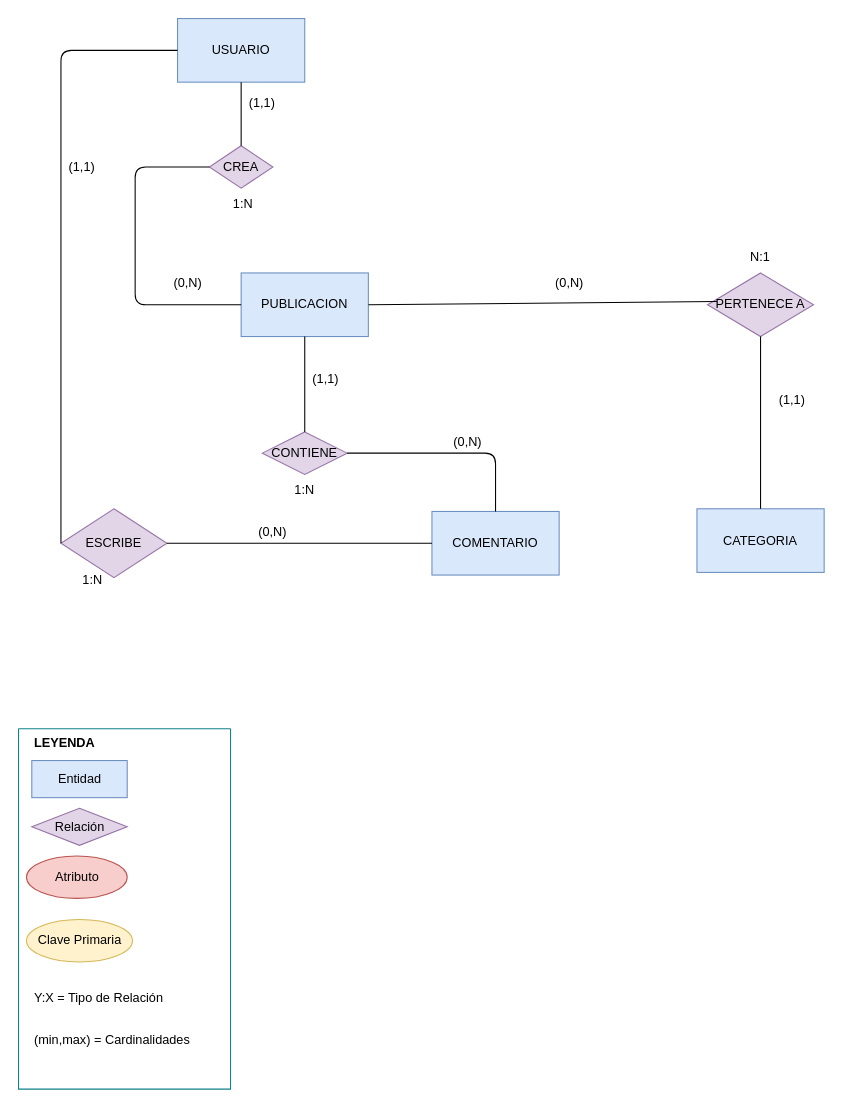
The draw.io diagram Fase de Diseño/Diagrama Entidad-relacion/Diagrama E-R.drawio in daniinigogarcia98/Proyecto-Intermodular, before the edit. Source tidied: cells renumbered, new cells numbered last; positions are measured from the earlier drawing's top-left corner, leaving out a move shared by most shapes. Both pictures are drawn from the tidied source at 106%, with x=0, y=0 at pixel (18, 18).
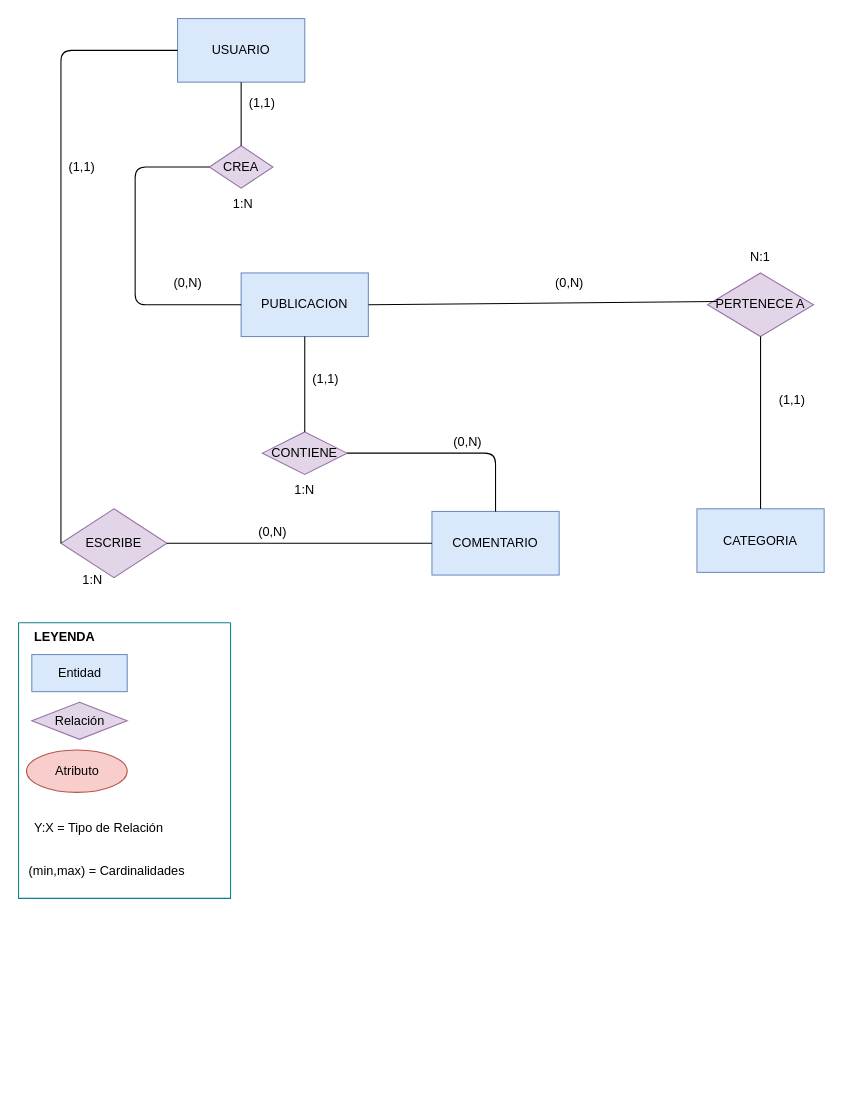
Above is the later version.

Commit message (it also covers changes not shown here):
mas cambios

Change to the diagram source:
```diff
@@
     <mxCell id="30" style="swimlane;startSize=0;fillColor=#b0e3e6;strokeColor=#0e8088;" parent="1" vertex="1">
-      <mxGeometry y="670" width="200" height="340" as="geometry" />
+      <mxGeometry y="570" width="200" height="260" as="geometry" />
     </mxCell>
@@
     <mxCell id="32" value="(min,max) = Cardinalidades" style="text;html=1;strokeColor=none;fillColor=none;align=left;" parent="30" vertex="1">
-      <mxGeometry x="12.5" y="280" width="180" height="20" as="geometry" />
+      <mxGeometry x="7.5" y="220" width="180" height="20" as="geometry" />
     </mxCell>
@@
-    <mxCell id="35" value="Clave Primaria" style="ellipse;whiteSpace=wrap;html=1;fillColor=#fff2cc;strokeColor=#d6b656;" parent="30" vertex="1">
-      <mxGeometry x="7.5" y="180" width="100" height="40" as="geometry" />
-    </mxCell>
@@
     <mxCell id="37" value="Y:X = Tipo de Relación" style="text;html=1;strokeColor=none;fillColor=none;align=left;" parent="30" vertex="1">
-      <mxGeometry x="12.5" y="240" width="180" height="20" as="geometry" />
+      <mxGeometry x="12.5" y="180" width="180" height="20" as="geometry" />
     </mxCell>
```
